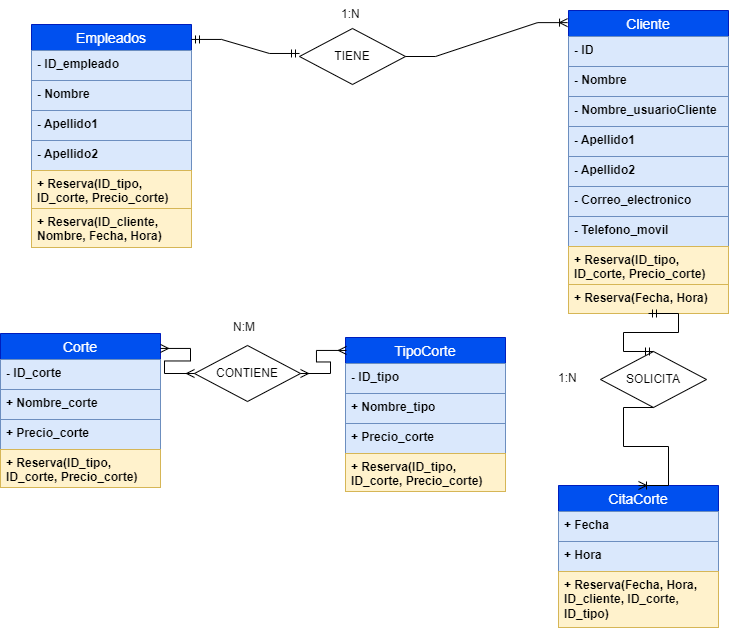
Above: doc/diagrama_clases/DrawIO/DiagramaClases.png in Jorgeev27/Servicio-Peluqueria (draw.io), before the change. Source tidied: cells renumbered, new cells last; positions are measured from the earlier drawing's top-left corner, leaving out a move shared by most shapes.
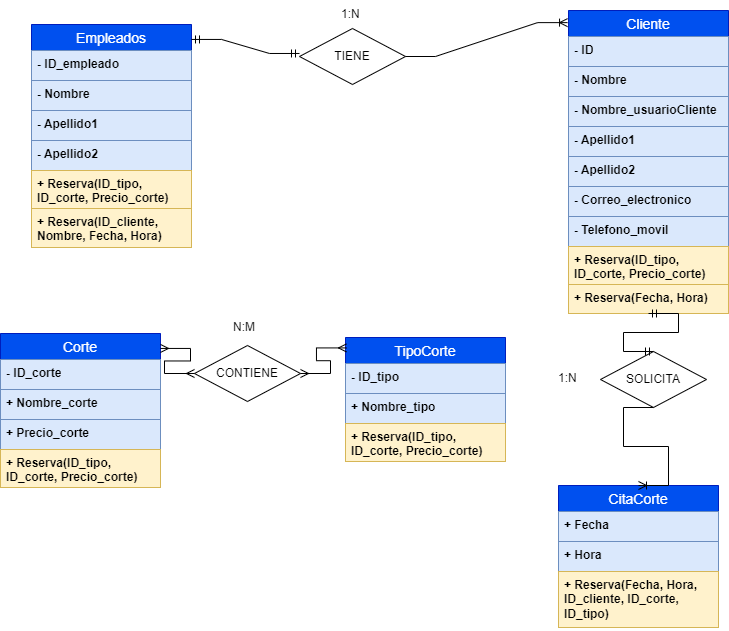
Above is the later version.

What changed in the source:
```diff
@@ -75,7 +75,7 @@
       <mxGeometry y="116" width="160" height="38" as="geometry" />
     </mxCell>
     <mxCell id="26" value="TipoCorte" style="swimlane;fontStyle=0;horizontal=1;startSize=26;align=center;fontSize=14;labelBackgroundColor=none;labelBorderColor=none;fillColor=#0050ef;strokeColor=#001DBC;fontColor=#ffffff;" parent="1" vertex="1">
-      <mxGeometry x="345" y="337" width="160" height="154" as="geometry" />
+      <mxGeometry x="345" y="337" width="160" height="124" as="geometry" />
     </mxCell>
     <mxCell id="27" value="&lt;b&gt;- ID_tipo&lt;/b&gt;" style="text;strokeColor=#6c8ebf;fillColor=#dae8fc;spacingLeft=4;spacingRight=4;overflow=hidden;fontSize=12;whiteSpace=wrap;html=1;" parent="26" vertex="1">
       <mxGeometry y="26" width="160" height="30" as="geometry" />
@@ -83,11 +83,8 @@
     <mxCell id="28" value="&lt;b&gt;+ Nombre_tipo&lt;/b&gt;" style="text;strokeColor=#6c8ebf;fillColor=#dae8fc;spacingLeft=4;spacingRight=4;overflow=hidden;fontSize=12;whiteSpace=wrap;html=1;" parent="26" vertex="1">
       <mxGeometry y="56" width="160" height="30" as="geometry" />
     </mxCell>
-    <mxCell id="29" value="&lt;b&gt;+ Precio_corte&lt;/b&gt;" style="text;strokeColor=#6c8ebf;fillColor=#dae8fc;spacingLeft=4;spacingRight=4;overflow=hidden;fontSize=12;whiteSpace=wrap;html=1;" parent="26" vertex="1">
-      <mxGeometry y="86" width="160" height="30" as="geometry" />
-    </mxCell>
     <mxCell id="30" value="&lt;b&gt;+ Reserva(ID_tipo, ID_corte, Precio_corte)&lt;/b&gt;" style="text;strokeColor=#d6b656;fillColor=#fff2cc;spacingLeft=4;spacingRight=4;overflow=hidden;fontSize=12;whiteSpace=wrap;html=1;" parent="26" vertex="1">
-      <mxGeometry y="116" width="160" height="38" as="geometry" />
+      <mxGeometry y="86" width="160" height="38" as="geometry" />
     </mxCell>
     <mxCell id="31" value="CitaCorte" style="swimlane;fontStyle=0;horizontal=1;startSize=26;align=center;fontSize=14;labelBackgroundColor=none;labelBorderColor=none;fillColor=#0050ef;strokeColor=#001DBC;fontColor=#ffffff;" parent="1" vertex="1">
       <mxGeometry x="558" y="485" width="160" height="142" as="geometry" />
```
